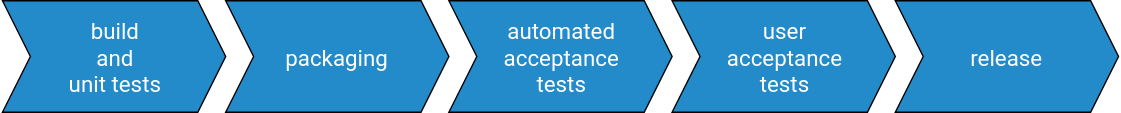
puzzle/delivery-pipeline-concept keeps this draw.io diagram as images/delivery-pipeline-overview.svg. Above is the earlier version. Source tidied: cells renumbered, new cells last; positions are measured from the earlier drawing's top-left corner, leaving out a move shared by most shapes.
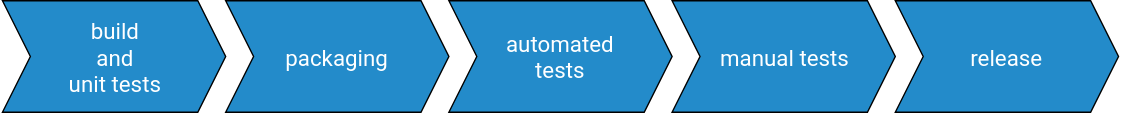
Later version of the same file.

Commit message:
automated-tests stage

The edit, as a diff of the source:
```diff
@@ -8,10 +8,10 @@
     <mxCell id="3" value="&lt;span style=&quot;color: rgb(255 , 255 , 255) ; font-family: &amp;#34;roboto&amp;#34; ; font-size: 16px&quot;&gt;packaging&lt;/span&gt;&lt;span style=&quot;color: rgb(255 , 255 , 255) ; font-family: &amp;#34;roboto&amp;#34; ; font-size: 16px ; white-space: normal&quot;&gt;&lt;br&gt;&lt;/span&gt;" style="shape=step;perimeter=stepPerimeter;whiteSpace=wrap;html=1;fixedSize=1;fillColor=#238BCA;" parent="1" vertex="1">
       <mxGeometry x="160" width="160" height="80" as="geometry" />
     </mxCell>
-    <mxCell id="4" value="&lt;span style=&quot;color: rgb(255 , 255 , 255) ; font-family: &amp;#34;roboto&amp;#34; ; font-size: 16px&quot;&gt;automated&lt;br&gt;acceptance&lt;br&gt;tests&lt;/span&gt;&lt;span style=&quot;color: rgb(255 , 255 , 255) ; font-family: &amp;#34;roboto&amp;#34; ; font-size: 16px ; white-space: normal&quot;&gt;&lt;br&gt;&lt;/span&gt;" style="shape=step;perimeter=stepPerimeter;whiteSpace=wrap;html=1;fixedSize=1;fillColor=#238BCA;" parent="1" vertex="1">
+    <mxCell id="4" value="&lt;span style=&quot;color: rgb(255 , 255 , 255) ; font-family: &amp;#34;roboto&amp;#34; ; font-size: 16px&quot;&gt;automated&lt;br&gt;tests&lt;/span&gt;&lt;span style=&quot;color: rgb(255 , 255 , 255) ; font-family: &amp;#34;roboto&amp;#34; ; font-size: 16px ; white-space: normal&quot;&gt;&lt;br&gt;&lt;/span&gt;" style="shape=step;perimeter=stepPerimeter;whiteSpace=wrap;html=1;fixedSize=1;fillColor=#238BCA;" parent="1" vertex="1">
       <mxGeometry x="320" width="160" height="80" as="geometry" />
     </mxCell>
-    <mxCell id="5" value="&lt;span style=&quot;color: rgb(255 , 255 , 255) ; font-family: &amp;#34;roboto&amp;#34; ; font-size: 16px&quot;&gt;user&lt;br&gt;acceptance&lt;br&gt;tests&lt;/span&gt;&lt;span style=&quot;color: rgb(255 , 255 , 255) ; font-family: &amp;#34;roboto&amp;#34; ; font-size: 16px ; white-space: normal&quot;&gt;&lt;br&gt;&lt;/span&gt;" style="shape=step;perimeter=stepPerimeter;whiteSpace=wrap;html=1;fixedSize=1;fillColor=#238BCA;" parent="1" vertex="1">
+    <mxCell id="5" value="&lt;font color=&quot;#ffffff&quot; face=&quot;roboto&quot;&gt;&lt;span style=&quot;font-size: 16px&quot;&gt;manual tests&lt;/span&gt;&lt;/font&gt;" style="shape=step;perimeter=stepPerimeter;whiteSpace=wrap;html=1;fixedSize=1;fillColor=#238BCA;" parent="1" vertex="1">
       <mxGeometry x="480" width="160" height="80" as="geometry" />
     </mxCell>
     <mxCell id="6" value="&lt;span style=&quot;color: rgb(255 , 255 , 255) ; font-family: &amp;#34;roboto&amp;#34; ; font-size: 16px&quot;&gt;release&lt;/span&gt;&lt;span style=&quot;color: rgb(255 , 255 , 255) ; font-family: &amp;#34;roboto&amp;#34; ; font-size: 16px ; white-space: normal&quot;&gt;&lt;br&gt;&lt;/span&gt;" style="shape=step;perimeter=stepPerimeter;whiteSpace=wrap;html=1;fixedSize=1;fillColor=#238BCA;" parent="1" vertex="1">
```
